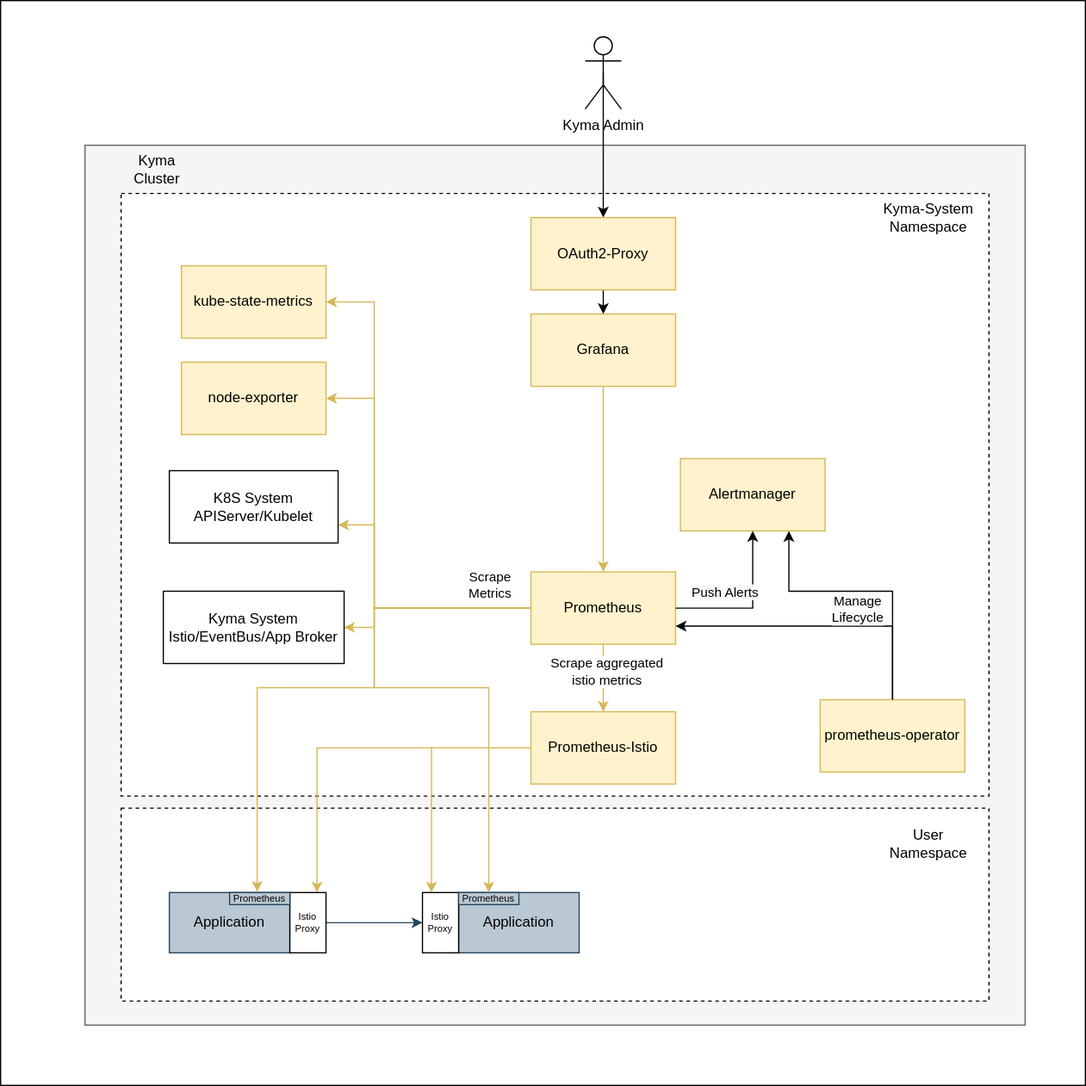
The draw.io diagram concepts/observability-strategy/configurable-monitoring/assets/monitoring-current.drawio.svg in kyma-project/community, before a commit. Source tidied: cells renumbered, new cells last; positions are measured from the earlier drawing's top-left corner, leaving out a move shared by most shapes.
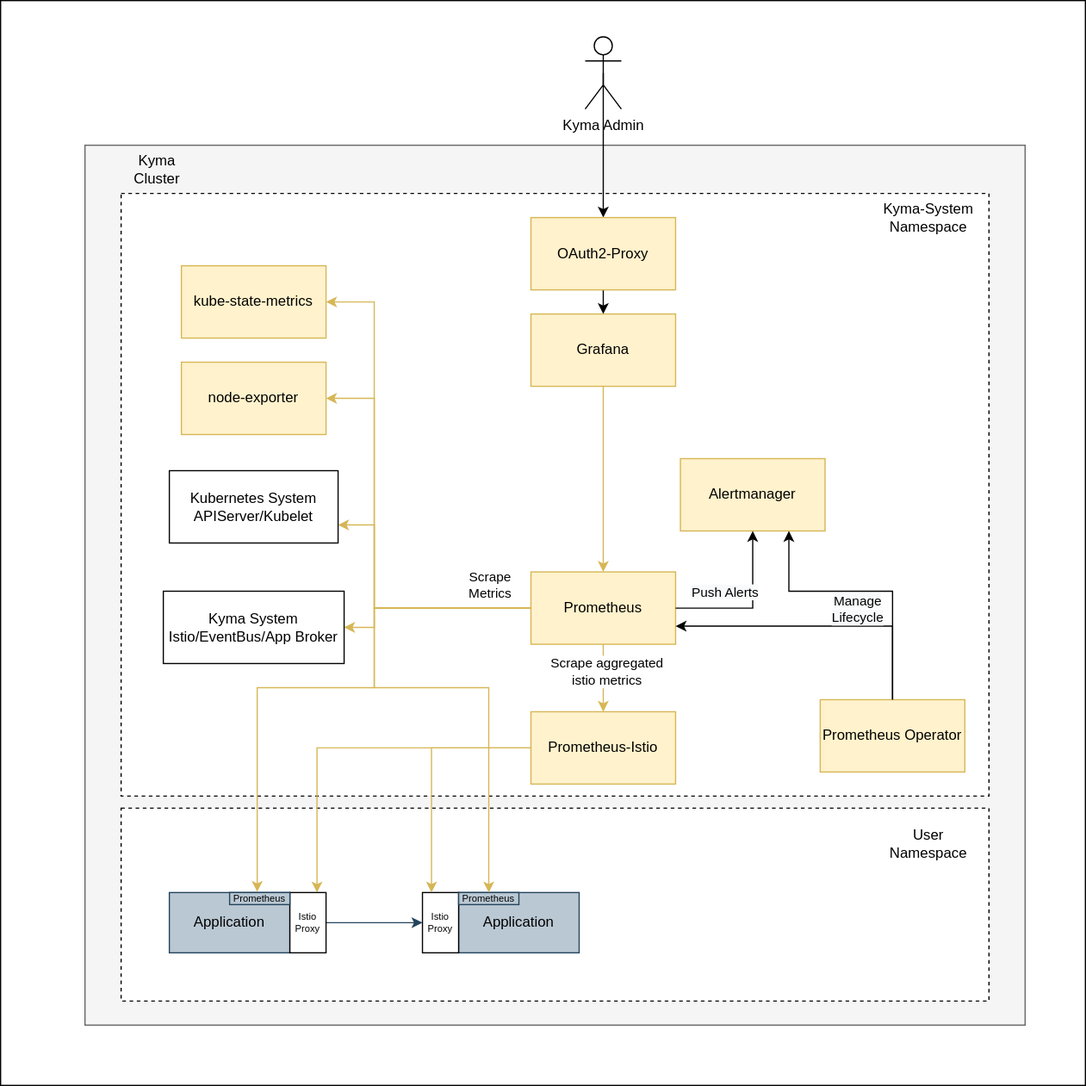
After the commit.

The edit, as a diff of the source:
```diff
@@ -51,7 +51,7 @@
     <mxCell id="12" value="Kyma System&lt;br&gt;Istio/EventBus/App Broker" style="rounded=0;whiteSpace=wrap;html=1;fillColor=#FFFFFF;strokeColor=#000000;fontColor=#000000;" parent="1" vertex="1">
       <mxGeometry x="135" y="490" width="150" height="60" as="geometry" />
     </mxCell>
-    <mxCell id="13" value="K8S System&lt;br&gt;APIServer/Kubelet" style="rounded=0;whiteSpace=wrap;html=1;fillColor=#FFFFFF;strokeColor=#000000;fontColor=#000000;" parent="1" vertex="1">
+    <mxCell id="13" value="Kubernetes System&lt;br&gt;APIServer/Kubelet" style="rounded=0;whiteSpace=wrap;html=1;fillColor=#FFFFFF;strokeColor=#000000;fontColor=#000000;" parent="1" vertex="1">
       <mxGeometry x="140" y="390" width="140" height="60" as="geometry" />
     </mxCell>
     <mxCell id="14" value="Kyma Cluster" style="text;html=1;strokeColor=none;fillColor=none;align=center;verticalAlign=middle;whiteSpace=wrap;rounded=0;fontColor=#000000;" parent="1" vertex="1">
@@ -147,7 +147,7 @@
         <mxPoint x="19" y="-15" as="offset" />
       </mxGeometry>
     </mxCell>
-    <mxCell id="35" value="prometheus-operator" style="rounded=0;whiteSpace=wrap;html=1;fillColor=#fff2cc;strokeColor=#d6b656;fontColor=#000000;" parent="1" vertex="1">
+    <mxCell id="35" value="Prometheus Operator" style="rounded=0;whiteSpace=wrap;html=1;fillColor=#fff2cc;strokeColor=#d6b656;fontColor=#000000;" parent="1" vertex="1">
       <mxGeometry x="680" y="580" width="120" height="60" as="geometry" />
     </mxCell>
     <mxCell id="36" value="node-exporter" style="rounded=0;whiteSpace=wrap;html=1;fillColor=#fff2cc;strokeColor=#d6b656;fontColor=#000000;" parent="1" vertex="1">
```
